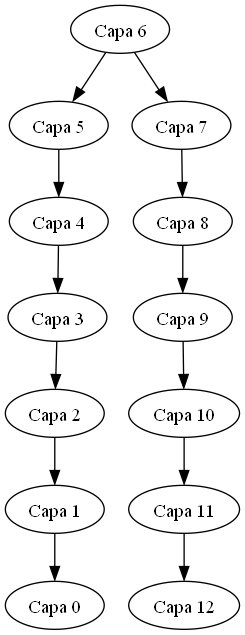
The Graphviz diagram img/arbolABB.png in C-FernandoSazo/EDD_PROYECTOF2_202202906, before a commit. Its source is kept beside it as dot/arbolABB.dot.
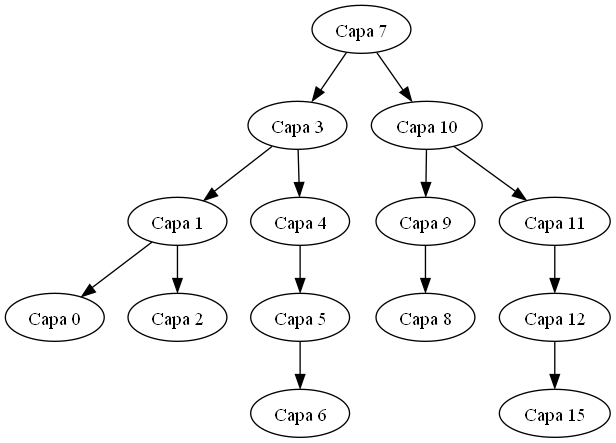
Above is the later version.

What changed in the source:
```diff
@@ -1,27 +1,29 @@
- digraph impresiones {
-6[label="Capa 6"]
-           6  ->            5
-5[label="Capa 5"]
-           5  ->            4
-4[label="Capa 4"]
-           4  ->            3
-3[label="Capa 3"]
-           3  ->            2
-2[label="Capa 2"]
-           2  ->            1
-1[label="Capa 1"]
-           1  ->            0
-0[label="Capa 0"]
-           6  ->            7
-7[label="Capa 7"]
-           7  ->            8
-8[label="Capa 8"]
-           8  ->            9
-9[label="Capa 9"]
-           9  ->           10
-10[label="Capa 10"]
-          10  ->           11
-11[label="Capa 11"]
-          11  ->           12
-12[label="Capa 12"]
+ digraph capas {
+"Capa7" [label="Capa 7"]
+"Capa7" -> "Capa3"
+"Capa3" [label="Capa 3"]
+"Capa3" -> "Capa1"
+"Capa1" [label="Capa 1"]
+"Capa1" -> "Capa0"
+"Capa0" [label="Capa 0"]
+"Capa1" -> "Capa2"
+"Capa2" [label="Capa 2"]
+"Capa3" -> "Capa4"
+"Capa4" [label="Capa 4"]
+"Capa4" -> "Capa5"
+"Capa5" [label="Capa 5"]
+"Capa5" -> "Capa6"
+"Capa6" [label="Capa 6"]
+"Capa7" -> "Capa10"
+"Capa10" [label="Capa 10"]
+"Capa10" -> "Capa9"
+"Capa9" [label="Capa 9"]
+"Capa9" -> "Capa8"
+"Capa8" [label="Capa 8"]
+"Capa10" -> "Capa11"
+"Capa11" [label="Capa 11"]
+"Capa11" -> "Capa12"
+"Capa12" [label="Capa 12"]
+"Capa12" -> "Capa15"
+"Capa15" [label="Capa 15"]
  }
```
